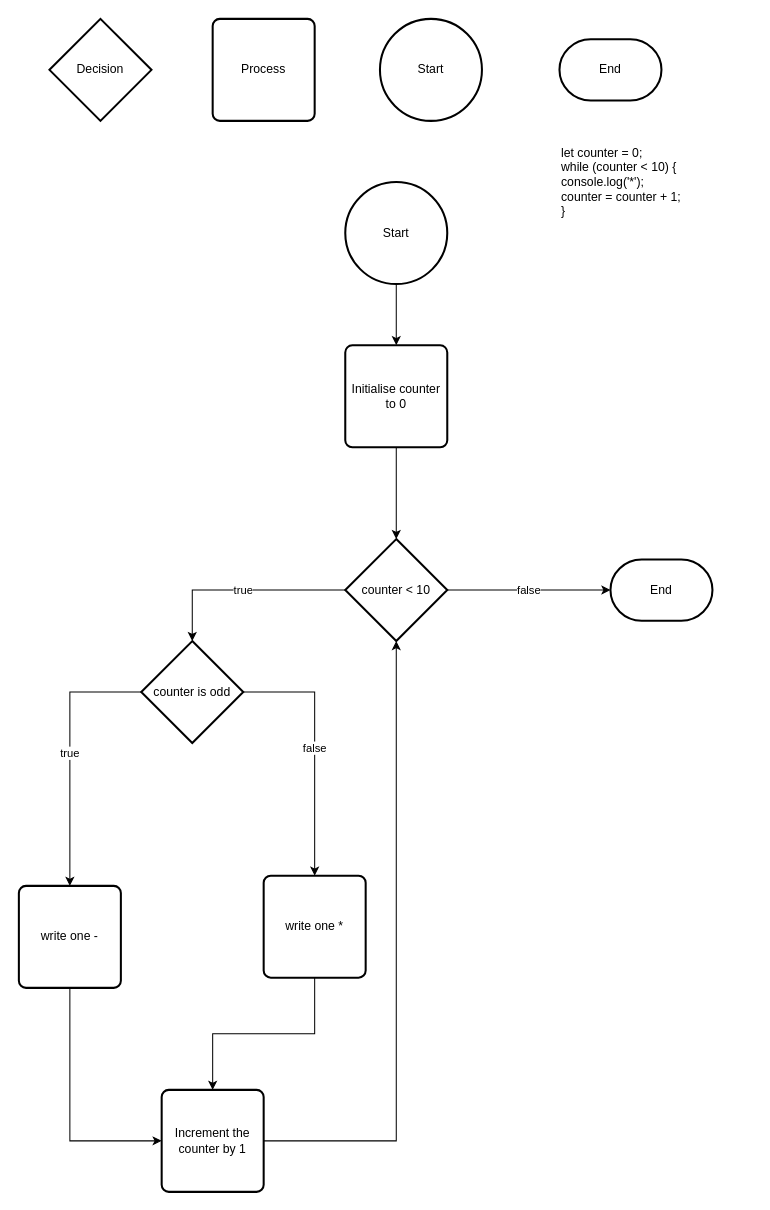
Before: page "Stardash" (4 of 6) of Untitled Diagram.drawio in YingCG/Algorithms-Learning, a draw.io diagram. Source tidied: cells renumbered, new cells numbered last; positions are measured from the earlier drawing's top-left corner, leaving out a move shared by most shapes. Both pictures are drawn from the tidied source at 102%, with x=0, y=0 at pixel (18, 18).
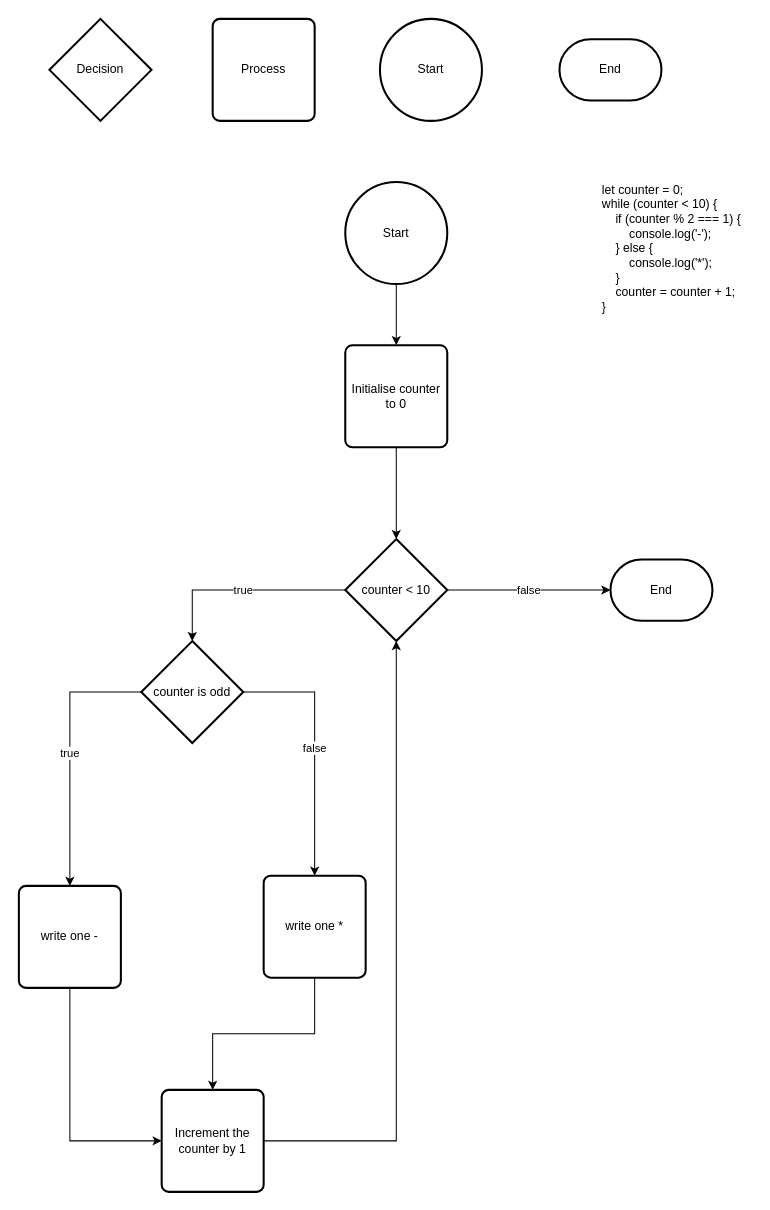
The same diagram, later.

Diff of the diagram source:
```diff
@@
-    <mxCell id="15" value="&lt;div&gt;let counter = 0;&lt;br&gt;&lt;/div&gt;&lt;div&gt;while (counter &amp;lt; 10) {&lt;/div&gt;&lt;div&gt;console.log('*');&lt;/div&gt;&lt;div&gt;counter = counter + 1;&lt;br&gt;&lt;/div&gt;&lt;div&gt;}&lt;br&gt;&lt;/div&gt;" style="text;html=1;align=left;verticalAlign=middle;strokeColor=none;" parent="1" vertex="1">
-      <mxGeometry x="530" y="120" width="130" height="80" as="geometry" />
+    <mxCell id="15" value="&lt;div&gt;let counter = 0;&lt;br&gt;&lt;/div&gt;&lt;div&gt;while (counter &amp;lt; 10) {&lt;/div&gt;&lt;div&gt;&amp;nbsp;&amp;nbsp;&amp;nbsp; if (counter % 2 === 1) {&lt;/div&gt;&lt;div&gt;&amp;nbsp;&amp;nbsp;&amp;nbsp;&amp;nbsp;&amp;nbsp;&amp;nbsp;&amp;nbsp; console.log('-');&lt;/div&gt;&lt;div&gt;&amp;nbsp;&amp;nbsp;&amp;nbsp; } else {&lt;/div&gt;&lt;div&gt;&amp;nbsp; &amp;nbsp;&amp;nbsp; &amp;nbsp;&amp;nbsp; console.log('*');&lt;/div&gt;&lt;div&gt;&amp;nbsp;&amp;nbsp;&amp;nbsp; }&lt;br&gt;&lt;/div&gt;&lt;div&gt;&amp;nbsp;&amp;nbsp;&amp;nbsp; counter = counter + 1;&lt;br&gt;&lt;/div&gt;&lt;div&gt;}&lt;br&gt;&lt;/div&gt;" style="text;html=1;align=left;verticalAlign=middle;strokeColor=none;" parent="1" vertex="1">
+      <mxGeometry x="570" y="160" width="150" height="130" as="geometry" />
     </mxCell>
```
